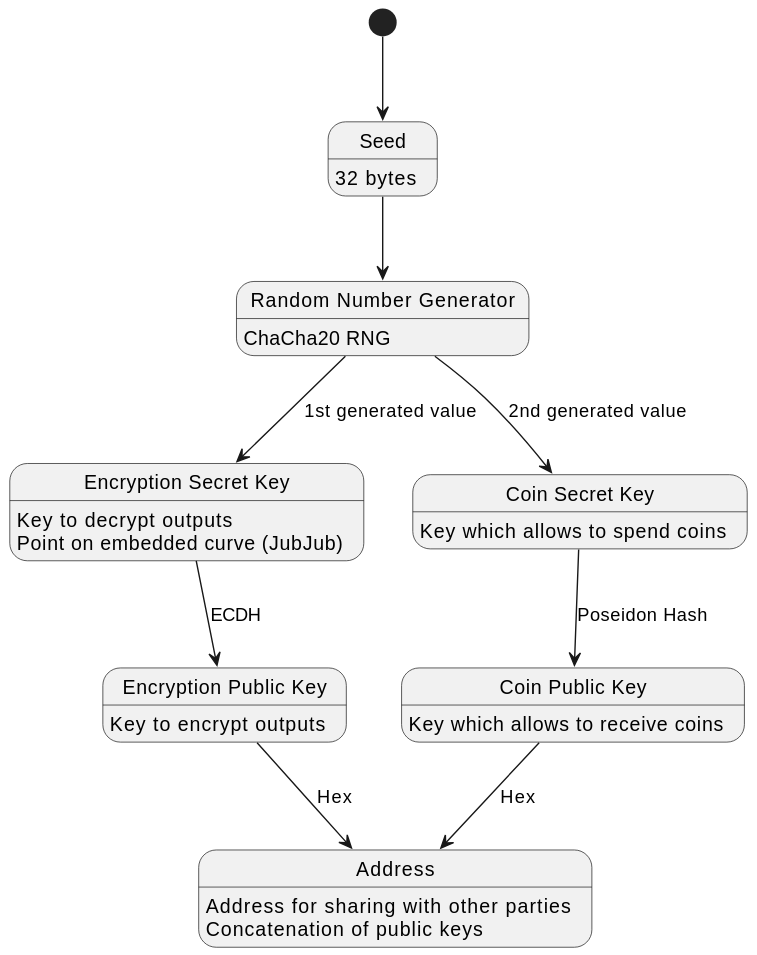
midnightntwrk/midnight-architecture keeps this PlantUML diagram as components/WalletEngine/keys.svg. Above is the earlier version.
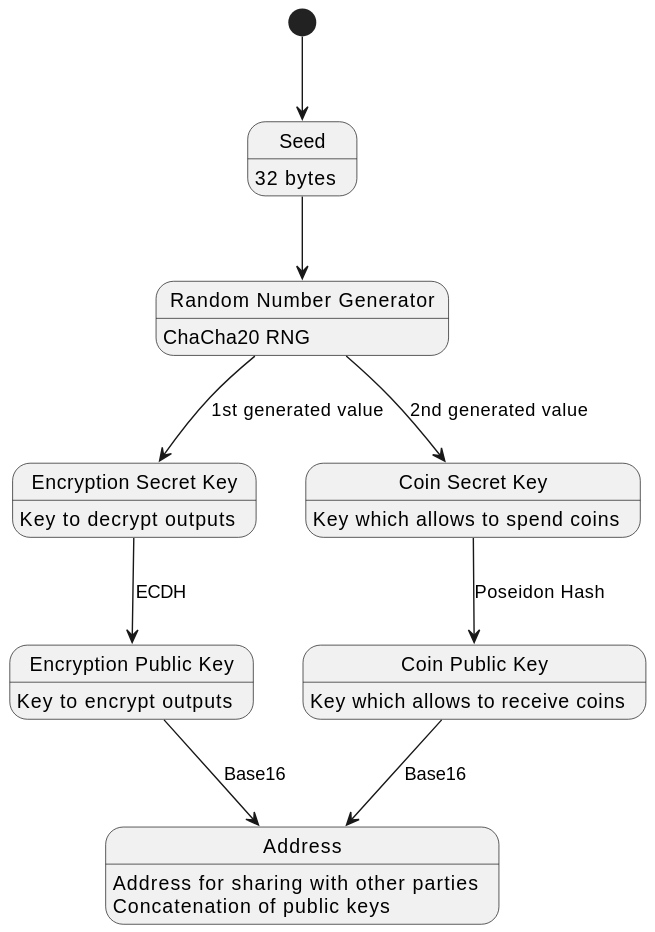
After the change.

Commit message:
[PM-9200] Correct statement of what encryption secret key is

Change to the diagram source:
```diff
@@ -6,12 +6,12 @@
 RNG --> CSK: 2nd generated value
 ESK --> EPK: ECDH
 CSK --> CPK: Poseidon Hash
-EPK --> addr: Hex
-CPK --> addr: Hex
+EPK --> addr: Base16
+CPK --> addr: Base16
 
 state "Seed" as seed: 32 bytes
 state "Random Number Generator" as RNG: ChaCha20 RNG
-state "Encryption Secret Key" as ESK: Key to decrypt outputs\nPoint on embedded curve (JubJub)
+state "Encryption Secret Key" as ESK: Key to decrypt outputs
 state "Encryption Public Key" as EPK: Key to encrypt outputs
 state "Coin Secret Key" as CSK: Key which allows to spend coins
 state "Coin Public Key" as CPK: Key which allows to receive coins
```
